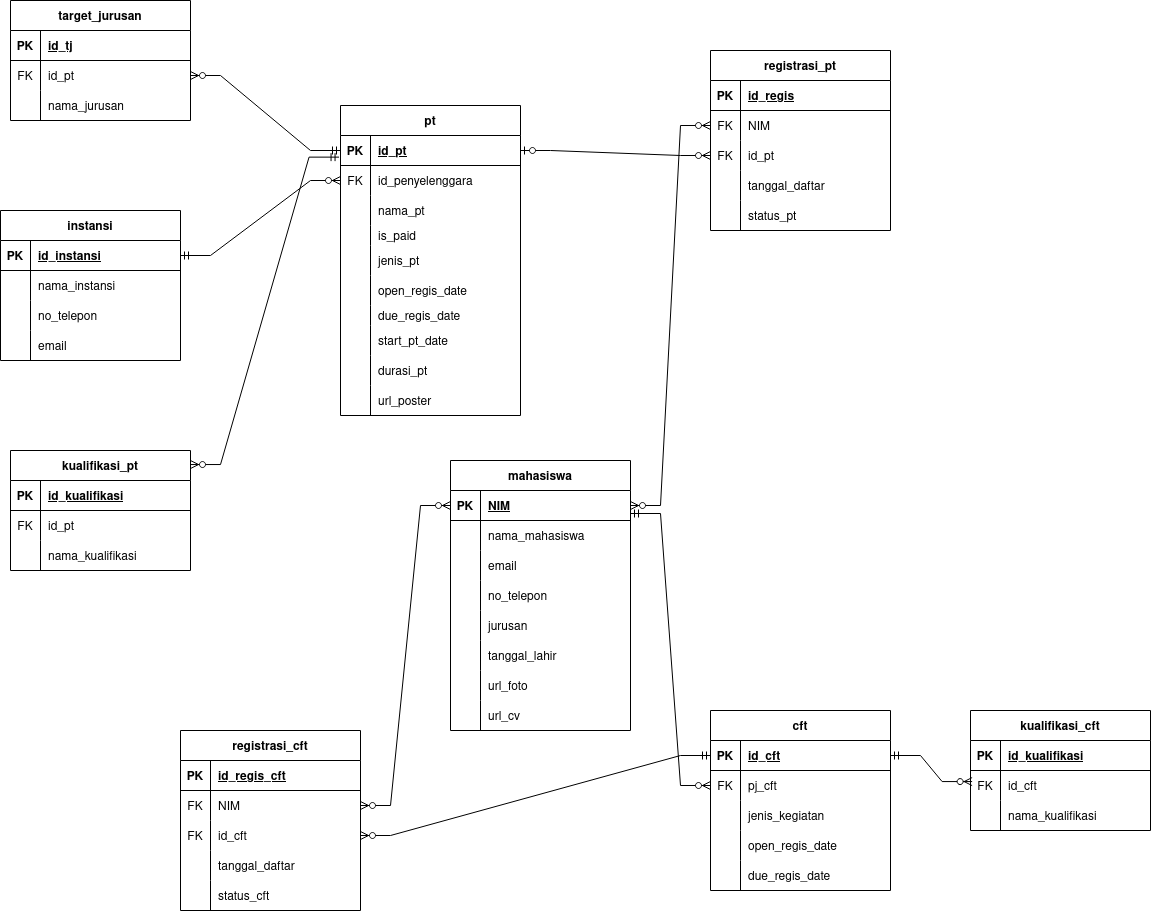
Earlier version of the draw.io export app/docs/ERD_unisi_pt.png (ilham-2001/unisi_pt). Source tidied: cells renumbered, new cells last; positions are measured from the earlier drawing's top-left corner, leaving out a move shared by most shapes.
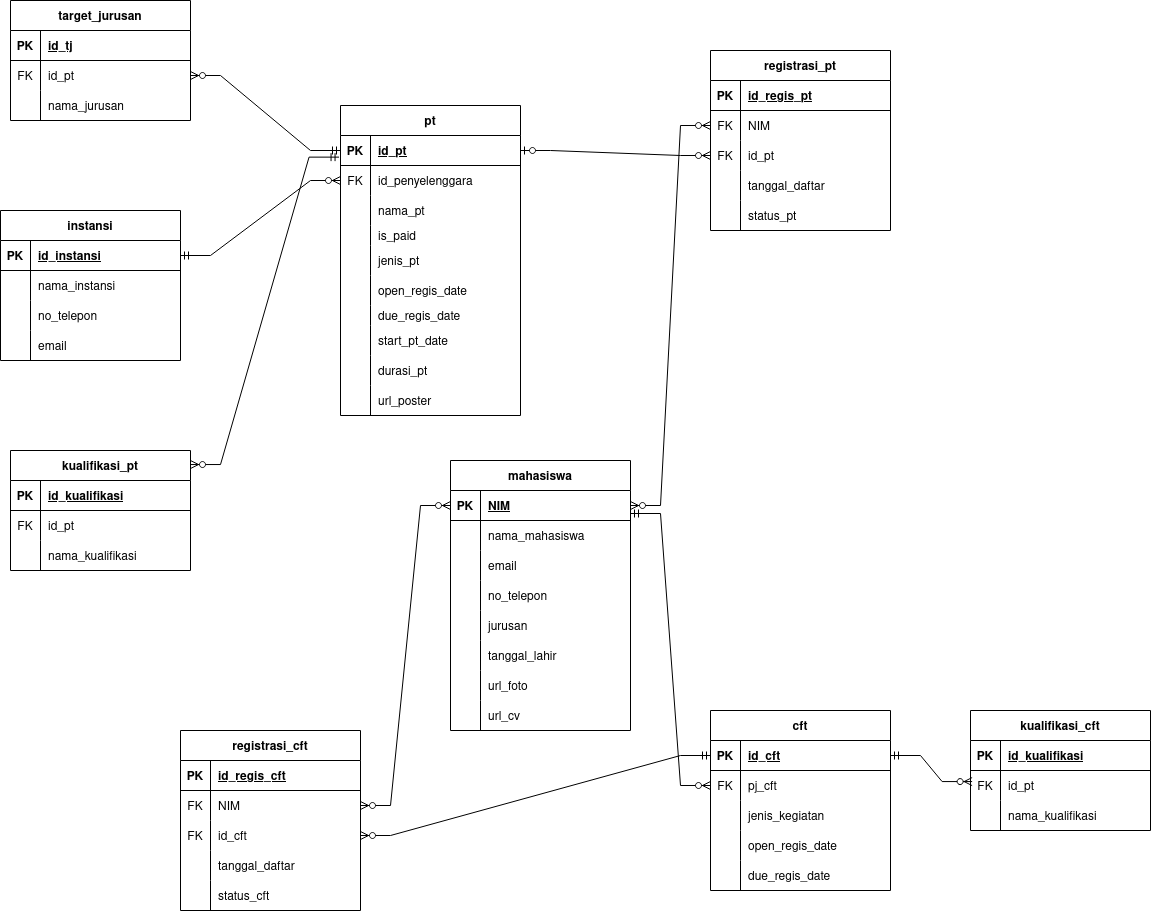
The same file after the commit.

Diff of the diagram source:
```diff
@@ -245,7 +245,7 @@
     <mxCell id="82" value="PK" style="shape=partialRectangle;fillColor=none;top=0;left=0;bottom=0;right=0;fontStyle=1;overflow=hidden;" parent="81" vertex="1">
       <mxGeometry width="30" height="30" as="geometry" />
     </mxCell>
-    <mxCell id="83" value="id_regis" style="shape=partialRectangle;fillColor=none;top=0;left=0;bottom=0;right=0;align=left;spacingLeft=6;fontStyle=5;overflow=hidden;" parent="81" vertex="1">
+    <mxCell id="83" value="id_regis_pt" style="shape=partialRectangle;fillColor=none;top=0;left=0;bottom=0;right=0;align=left;spacingLeft=6;fontStyle=5;overflow=hidden;" parent="81" vertex="1">
       <mxGeometry x="30" width="150" height="30" as="geometry" />
     </mxCell>
     <mxCell id="84" style="shape=tableRow;horizontal=0;startSize=0;swimlaneHead=0;swimlaneBody=0;fillColor=none;points=[[0,0.5],[1,0.5]];portConstraint=eastwest;top=0;left=0;right=0;bottom=0;" parent="80" vertex="1">
@@ -454,7 +454,7 @@
     <mxCell id="151" value="FK" style="shape=partialRectangle;fillColor=none;top=0;left=0;bottom=0;right=0;fontStyle=0;overflow=hidden;" parent="150" vertex="1">
       <mxGeometry width="30" height="30" as="geometry" />
     </mxCell>
-    <mxCell id="152" value="id_cft" style="shape=partialRectangle;fillColor=none;top=0;left=0;bottom=0;right=0;align=left;spacingLeft=6;fontStyle=0;overflow=hidden;" parent="150" vertex="1">
+    <mxCell id="152" value="id_pt" style="shape=partialRectangle;fillColor=none;top=0;left=0;bottom=0;right=0;align=left;spacingLeft=6;fontStyle=0;overflow=hidden;" parent="150" vertex="1">
       <mxGeometry x="30" width="150" height="30" as="geometry" />
     </mxCell>
     <mxCell id="153" style="shape=tableRow;horizontal=0;startSize=0;swimlaneHead=0;swimlaneBody=0;fillColor=none;top=0;left=0;right=0;bottom=0;" parent="146" vertex="1">
```
